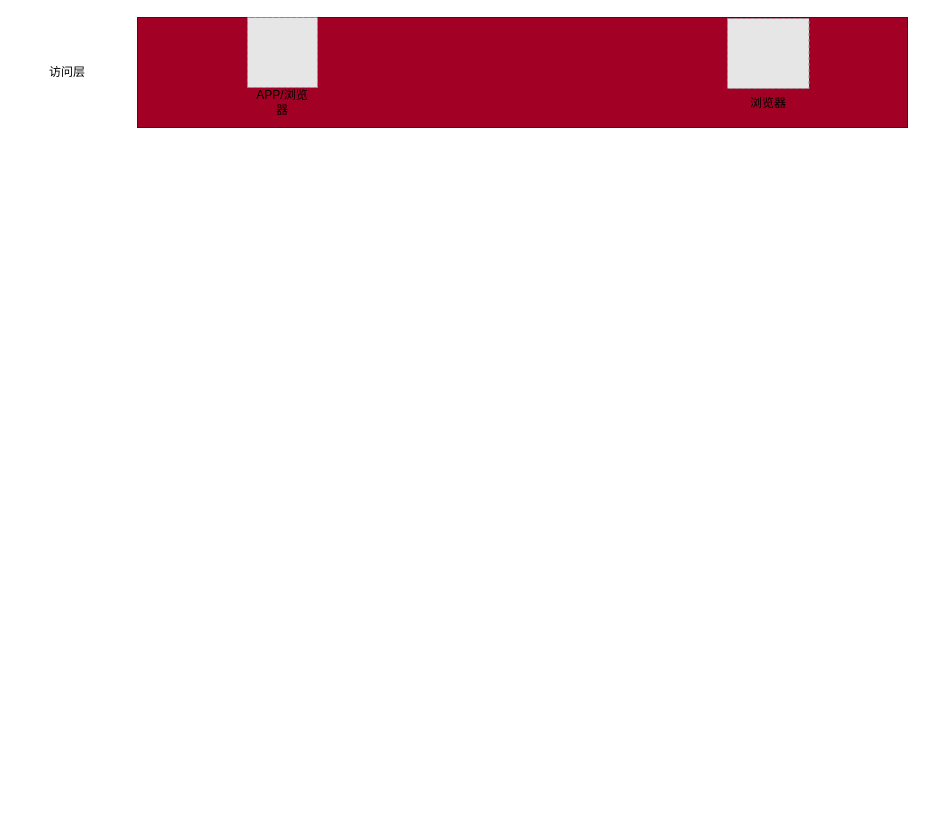
The draw.io diagram 系统架构图.drawio in SeekLife0/diagrams, before the edit. Source tidied: cells renumbered, new cells numbered last; positions are measured from the earlier drawing's top-left corner, leaving out a move shared by most shapes. Both pictures are drawn from the tidied source at 100%, with x=0, y=0 at pixel (37, 17). Pictures stored in the file or linked from it are replaced by grey dashed boxes.
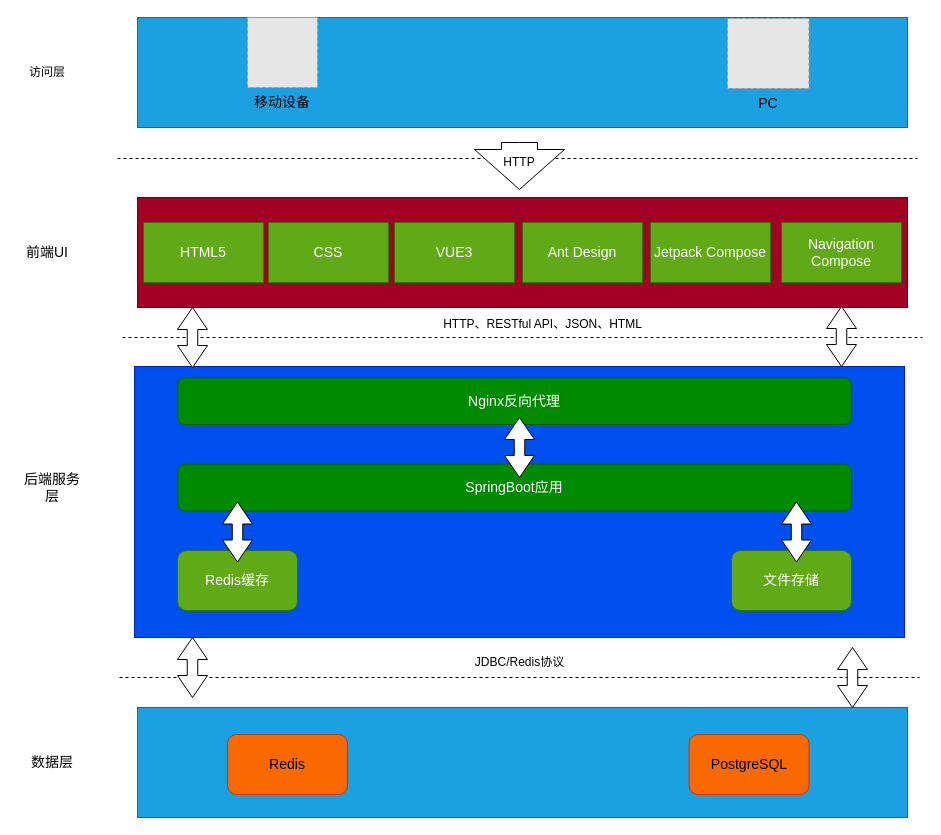
After the change.

Commit message:
更新系统架构图.drawio

The edit, as a diff of the source:
```diff
@@
-<mxGraphModel>
+<mxGraphModel background="light-dark(#FFFFFF,#FFFFFF)">
@@
-    <mxCell id="2" style="rounded=0;whiteSpace=wrap;html=1;fillColor=#a20025;fontColor=#ffffff;strokeColor=#6F0000;" parent="1" vertex="1">
+    <mxCell id="2" style="rounded=0;whiteSpace=wrap;html=1;fillColor=#1ba1e2;fontColor=#ffffff;strokeColor=#006EAF;" parent="1" vertex="1">
       <mxGeometry x="100" width="770" height="110" as="geometry" />
     </mxCell>
     <mxCell id="3" value="访问层" style="text;html=1;whiteSpace=wrap;strokeColor=none;fillColor=none;align=center;verticalAlign=middle;rounded=0;" parent="1" vertex="1">
-      <mxGeometry y="40" width="60" height="30" as="geometry" />
+      <mxGeometry x="-20" y="40" width="60" height="30" as="geometry" />
     </mxCell>
@@
-    <mxCell id="6" value="APP/浏览器" style="text;html=1;whiteSpace=wrap;align=center;verticalAlign=middle;rounded=0;fontColor=light-dark(#000000,#000000);" parent="1" vertex="1">
+    <mxCell id="6" value="&lt;font style=&quot;font-size: 14px;&quot;&gt;移动设备&lt;/font&gt;" style="text;html=1;whiteSpace=wrap;align=center;verticalAlign=middle;rounded=0;fontColor=light-dark(#000000,#000000);" parent="1" vertex="1">
       <mxGeometry x="215" y="70" width="60" height="30" as="geometry" />
     </mxCell>
-    <mxCell id="7" value="浏览器" style="text;html=1;whiteSpace=wrap;align=center;verticalAlign=middle;rounded=0;fontColor=light-dark(#000000,#000000);" parent="1" vertex="1">
+    <mxCell id="7" value="&lt;font style=&quot;font-size: 14px;&quot;&gt;PC&lt;/font&gt;" style="text;html=1;whiteSpace=wrap;align=center;verticalAlign=middle;rounded=0;fontColor=light-dark(#000000,#000000);" parent="1" vertex="1">
       <mxGeometry x="700.8" y="71" width="60" height="30" as="geometry" />
     </mxCell>
+    <mxCell id="8" style="endArrow=none;dashed=1;html=1;rounded=0;" parent="1" edge="1">
+      <mxGeometry relative="1" as="geometry">
+        <mxPoint x="80" y="141" as="sourcePoint" />
+        <mxPoint x="880" y="141" as="targetPoint" />
+      </mxGeometry>
+    </mxCell>
+    <mxCell id="9" value="&lt;span style=&quot;color: light-dark(rgb(0, 0, 0), rgb(0, 0, 0));&quot;&gt;&lt;font style=&quot;font-size: 14px;&quot;&gt;前端UI&lt;/font&gt;&lt;/span&gt;" style="text;html=1;whiteSpace=wrap;strokeColor=none;fillColor=none;align=center;verticalAlign=middle;rounded=0;" parent="1" vertex="1">
+      <mxGeometry x="-20" y="220" width="60" height="30" as="geometry" />
+    </mxCell>
+    <mxCell id="10" style="rounded=0;whiteSpace=wrap;html=1;fillColor=#a20025;fontColor=#ffffff;strokeColor=#6F0000;" parent="1" vertex="1">
+      <mxGeometry x="100" y="180" width="770" height="110" as="geometry" />
+    </mxCell>
+    <mxCell id="11" value="&lt;font style=&quot;font-size: 14px;&quot;&gt;HTML5&lt;/font&gt;" style="rounded=0;whiteSpace=wrap;html=1;fillColor=#60a917;fontColor=#ffffff;strokeColor=#2D7600;" parent="1" vertex="1">
+      <mxGeometry x="106" y="205" width="120" height="60" as="geometry" />
+    </mxCell>
+    <mxCell id="12" value="&lt;font style=&quot;font-size: 14px;&quot;&gt;CSS&lt;/font&gt;" style="rounded=0;whiteSpace=wrap;html=1;fillColor=#60a917;fontColor=#ffffff;strokeColor=#2D7600;" parent="1" vertex="1">
+      <mxGeometry x="231" y="205" width="120" height="60" as="geometry" />
+    </mxCell>
+    <mxCell id="13" value="&lt;font style=&quot;font-size: 14px;&quot;&gt;VUE3&lt;/font&gt;" style="rounded=0;whiteSpace=wrap;html=1;fillColor=#60a917;fontColor=#ffffff;strokeColor=#2D7600;" parent="1" vertex="1">
+      <mxGeometry x="357" y="205" width="120" height="60" as="geometry" />
+    </mxCell>
+    <mxCell id="14" value="&lt;font style=&quot;font-size: 14px;&quot;&gt;Ant Design&lt;/font&gt;" style="rounded=0;whiteSpace=wrap;html=1;fillColor=#60a917;fontColor=#ffffff;strokeColor=#2D7600;" parent="1" vertex="1">
+      <mxGeometry x="485" y="205" width="120" height="60" as="geometry" />
+    </mxCell>
+    <mxCell id="15" value="&lt;font style=&quot;font-size: 14px;&quot;&gt;Jetpack Compose&lt;/font&gt;" style="rounded=0;whiteSpace=wrap;html=1;fillColor=#60a917;fontColor=#ffffff;strokeColor=#2D7600;" parent="1" vertex="1">
+      <mxGeometry x="613" y="205" width="120" height="60" as="geometry" />
+    </mxCell>
+    <mxCell id="16" value="&lt;font style=&quot;font-size: 14px;&quot;&gt;Navigation Compose&lt;/font&gt;" style="rounded=0;whiteSpace=wrap;html=1;fillColor=#60a917;fontColor=#ffffff;strokeColor=#2D7600;" parent="1" vertex="1">
+      <mxGeometry x="744" y="205" width="120" height="60" as="geometry" />
+    </mxCell>
+    <mxCell id="17" style="endArrow=none;dashed=1;html=1;rounded=0;" parent="1" edge="1">
+      <mxGeometry relative="1" as="geometry">
+        <mxPoint x="85" y="320" as="sourcePoint" />
+        <mxPoint x="885" y="320" as="targetPoint" />
+      </mxGeometry>
+    </mxCell>
+    <mxCell id="18" style="html=1;shadow=0;dashed=0;align=center;verticalAlign=middle;shape=mxgraph.arrows2.arrow;dy=0.6;dx=40;direction=south;notch=0;" parent="1" vertex="1">
+      <mxGeometry x="437" y="125" width="90" height="47" as="geometry" />
+    </mxCell>
+    <mxCell id="19" style="rounded=0;whiteSpace=wrap;html=1;fillColor=#0050ef;fontColor=#ffffff;strokeColor=#001DBC;" parent="1" vertex="1">
+      <mxGeometry x="97" y="349" width="770" height="271" as="geometry" />
+    </mxCell>
+    <mxCell id="20" style="html=1;shadow=0;dashed=0;align=center;verticalAlign=middle;shape=mxgraph.arrows2.twoWayArrow;dy=0.65;dx=22;rotation=-90;" parent="1" vertex="1">
+      <mxGeometry x="125" y="305" width="60" height="30" as="geometry" />
+    </mxCell>
+    <mxCell id="21" style="html=1;shadow=0;dashed=0;align=center;verticalAlign=middle;shape=mxgraph.arrows2.twoWayArrow;dy=0.65;dx=22;rotation=-90;" parent="1" vertex="1">
+      <mxGeometry x="774" y="304" width="60" height="30" as="geometry" />
+    </mxCell>
+    <mxCell id="22" value="HTTP、RESTful API、JSON、HTML" style="text;html=1;whiteSpace=wrap;strokeColor=none;fillColor=none;align=center;verticalAlign=middle;rounded=0;" parent="1" vertex="1">
+      <mxGeometry x="280" y="292" width="450.8" height="30" as="geometry" />
+    </mxCell>
+    <mxCell id="23" value="&lt;span style=&quot;color: light-dark(rgb(0, 0, 0), rgb(0, 0, 0));&quot;&gt;&lt;font style=&quot;font-size: 14px;&quot;&gt;后端服务层&lt;/font&gt;&lt;/span&gt;" style="text;html=1;whiteSpace=wrap;strokeColor=none;fillColor=none;align=center;verticalAlign=middle;rounded=0;" parent="1" vertex="1">
+      <mxGeometry x="-20" y="460" width="70" height="20" as="geometry" />
+    </mxCell>
+    <mxCell id="24" value="&lt;font style=&quot;font-size: 14px;&quot;&gt;Nginx反向代理&lt;/font&gt;" style="rounded=1;whiteSpace=wrap;html=1;fillColor=#008a00;fontColor=#ffffff;strokeColor=#005700;" parent="1" vertex="1">
+      <mxGeometry x="140" y="360" width="674" height="47" as="geometry" />
+    </mxCell>
+    <mxCell id="25" value="&lt;font style=&quot;font-size: 14px;&quot;&gt;SpringBoot应用&lt;/font&gt;" style="rounded=1;whiteSpace=wrap;html=1;fillColor=#008a00;fontColor=#ffffff;strokeColor=#005700;" parent="1" vertex="1">
+      <mxGeometry x="140" y="446.5" width="674" height="47" as="geometry" />
+    </mxCell>
+    <mxCell id="26" style="html=1;shadow=0;dashed=0;align=center;verticalAlign=middle;shape=mxgraph.arrows2.twoWayArrow;dy=0.65;dx=22;rotation=-90;" parent="1" vertex="1">
+      <mxGeometry x="452" y="415" width="60" height="30" as="geometry" />
+    </mxCell>
+    <mxCell id="27" value="&lt;font style=&quot;font-size: 14px;&quot;&gt;Redis缓存&lt;/font&gt;" style="rounded=1;whiteSpace=wrap;html=1;fillColor=#60a917;fontColor=#ffffff;strokeColor=#2D7600;" parent="1" vertex="1">
+      <mxGeometry x="140" y="533" width="120" height="60" as="geometry" />
+    </mxCell>
+    <mxCell id="28" value="&lt;font style=&quot;font-size: 14px;&quot;&gt;文件存储&lt;/font&gt;" style="rounded=1;whiteSpace=wrap;html=1;fillColor=#60a917;fontColor=#ffffff;strokeColor=#2D7600;" parent="1" vertex="1">
+      <mxGeometry x="694" y="533" width="120" height="60" as="geometry" />
+    </mxCell>
+    <mxCell id="29" style="html=1;shadow=0;dashed=0;align=center;verticalAlign=middle;shape=mxgraph.arrows2.twoWayArrow;dy=0.65;dx=22;rotation=-90;" parent="1" vertex="1">
+      <mxGeometry x="170" y="499.5" width="60" height="30" as="geometry" />
+    </mxCell>
+    <mxCell id="30" style="html=1;shadow=0;dashed=0;align=center;verticalAlign=middle;shape=mxgraph.arrows2.twoWayArrow;dy=0.65;dx=22;rotation=-90;" parent="1" vertex="1">
+      <mxGeometry x="729" y="499.5" width="60" height="30" as="geometry" />
+    </mxCell>
+    <mxCell id="31" value="&lt;span style=&quot;color: light-dark(rgb(0, 0, 0), rgb(0, 0, 0));&quot;&gt;&lt;font style=&quot;font-size: 14px;&quot;&gt;数据层&lt;/font&gt;&lt;/span&gt;" style="text;html=1;whiteSpace=wrap;strokeColor=none;fillColor=none;align=center;verticalAlign=middle;rounded=0;" parent="1" vertex="1">
+      <mxGeometry x="-15" y="730" width="60" height="30" as="geometry" />
+    </mxCell>
+    <mxCell id="32" style="rounded=0;whiteSpace=wrap;html=1;fillColor=#1ba1e2;fontColor=#ffffff;strokeColor=#006EAF;" parent="1" vertex="1">
+      <mxGeometry x="100" y="690" width="770" height="110" as="geometry" />
+    </mxCell>
+    <mxCell id="33" style="endArrow=none;dashed=1;html=1;rounded=0;" parent="1" edge="1">
+      <mxGeometry relative="1" as="geometry">
+        <mxPoint x="82" y="660" as="sourcePoint" />
+        <mxPoint x="882" y="660" as="targetPoint" />
+      </mxGeometry>
+    </mxCell>
+    <mxCell id="34" style="html=1;shadow=0;dashed=0;align=center;verticalAlign=middle;shape=mxgraph.arrows2.twoWayArrow;dy=0.65;dx=22;rotation=-90;" parent="1" vertex="1">
+      <mxGeometry x="125" y="635" width="60" height="30" as="geometry" />
+    </mxCell>
+    <mxCell id="35" style="html=1;shadow=0;dashed=0;align=center;verticalAlign=middle;shape=mxgraph.arrows2.twoWayArrow;dy=0.65;dx=22;rotation=-90;" parent="1" vertex="1">
+      <mxGeometry x="785" y="645" width="60" height="30" as="geometry" />
+    </mxCell>
+    <mxCell id="36" value="JDBC/Redis协议" style="text;html=1;whiteSpace=wrap;strokeColor=none;fillColor=none;align=center;verticalAlign=middle;rounded=0;" parent="1" vertex="1">
+      <mxGeometry x="256.6" y="630" width="450.8" height="30" as="geometry" />
+    </mxCell>
+    <mxCell id="37" value="&lt;font style=&quot;font-size: 14px;&quot;&gt;Redis&lt;/font&gt;" style="rounded=1;whiteSpace=wrap;html=1;fillColor=#fa6800;fontColor=#000000;strokeColor=#C73500;" parent="1" vertex="1">
+      <mxGeometry x="190" y="717" width="120" height="60" as="geometry" />
+    </mxCell>
+    <mxCell id="38" value="&lt;font style=&quot;font-size: 14px;&quot;&gt;PostgreSQL&lt;/font&gt;" style="rounded=1;whiteSpace=wrap;html=1;fillColor=#fa6800;fontColor=#000000;strokeColor=#C73500;" parent="1" vertex="1">
+      <mxGeometry x="651.5" y="717" width="120" height="60" as="geometry" />
+    </mxCell>
+    <mxCell id="39" value="HTTP" style="text;html=1;whiteSpace=wrap;strokeColor=none;fillColor=none;align=center;verticalAlign=middle;rounded=0;" parent="1" vertex="1">
+      <mxGeometry x="452" y="130" width="60" height="30" as="geometry" />
+    </mxCell>
```
